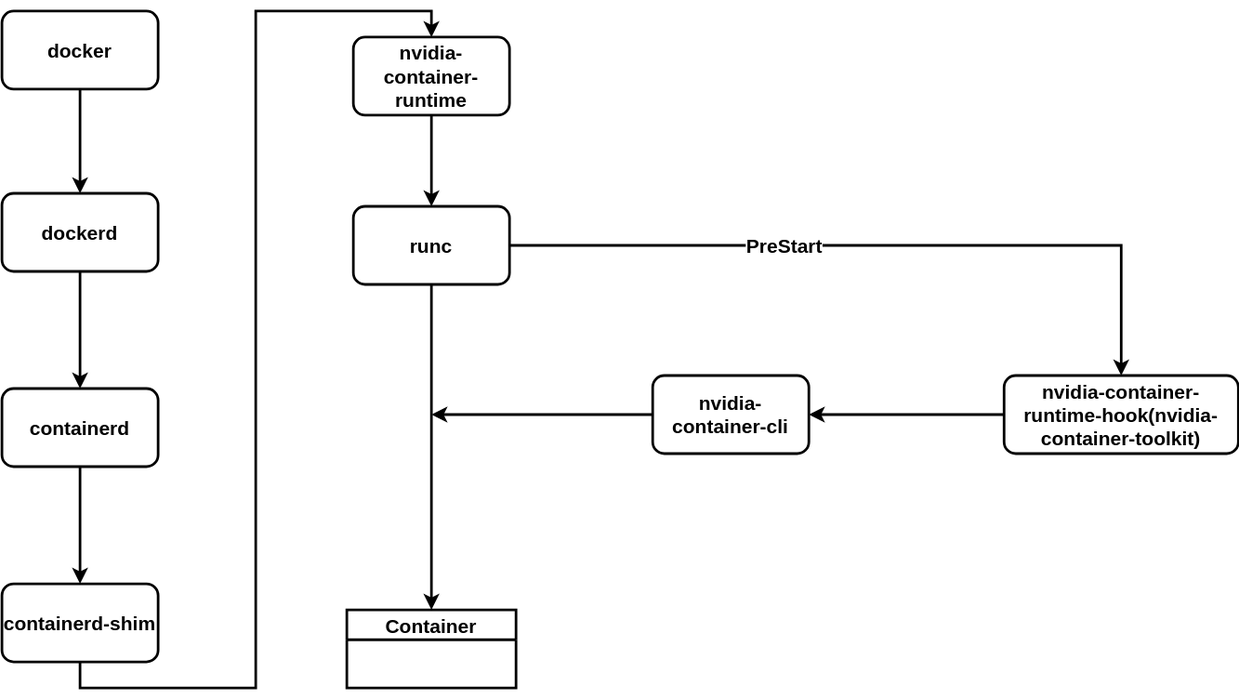
ruster-cn/wiki keeps this draw.io diagram as cloudnative/kubernetes/image/4.drawio.svg. Above is the earlier version. Source tidied: cells renumbered, new cells last; positions are measured from the earlier drawing's top-left corner, leaving out a move shared by most shapes.
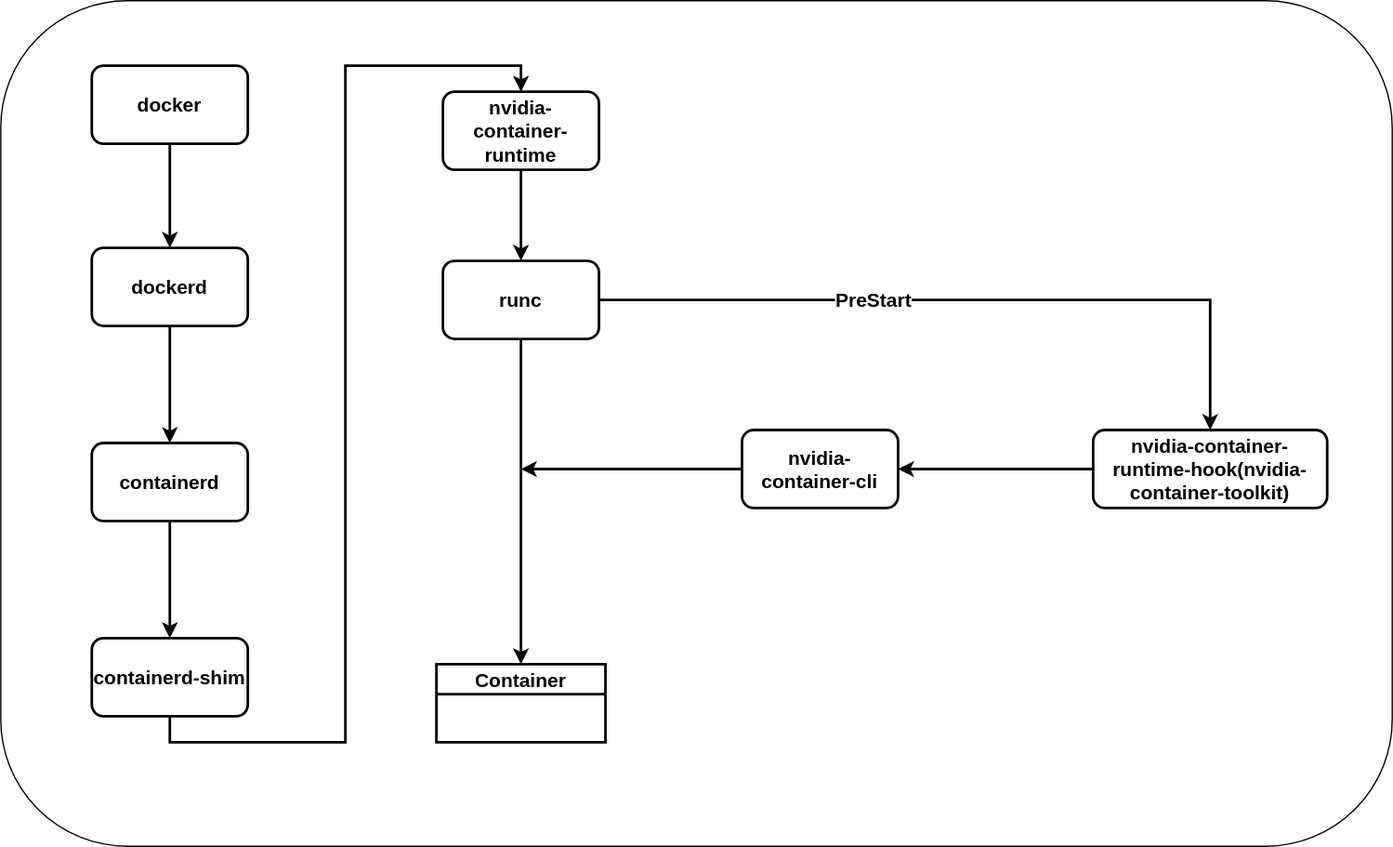
After the change.

What changed in the source:
```diff
@@ -2,6 +2,9 @@
   <root>
     <mxCell id="0" />
     <mxCell id="1" parent="0" />
+    <mxCell id="21" style="rounded=1;whiteSpace=wrap;html=1;" parent="1" vertex="1">
+      <mxGeometry x="-70" y="-50" width="1070" height="650" as="geometry" />
+    </mxCell>
     <mxCell id="2" style="edgeStyle=orthogonalEdgeStyle;rounded=0;jettySize=auto;html=1;exitX=0.5;exitY=1;exitDx=0;exitDy=0;entryX=0.5;entryY=0;entryDx=0;entryDy=0;fontSize=15;strokeWidth=2;fontStyle=1;" parent="1" edge="1" source="3" target="5">
       <mxGeometry relative="1" as="geometry" />
     </mxCell>
```
